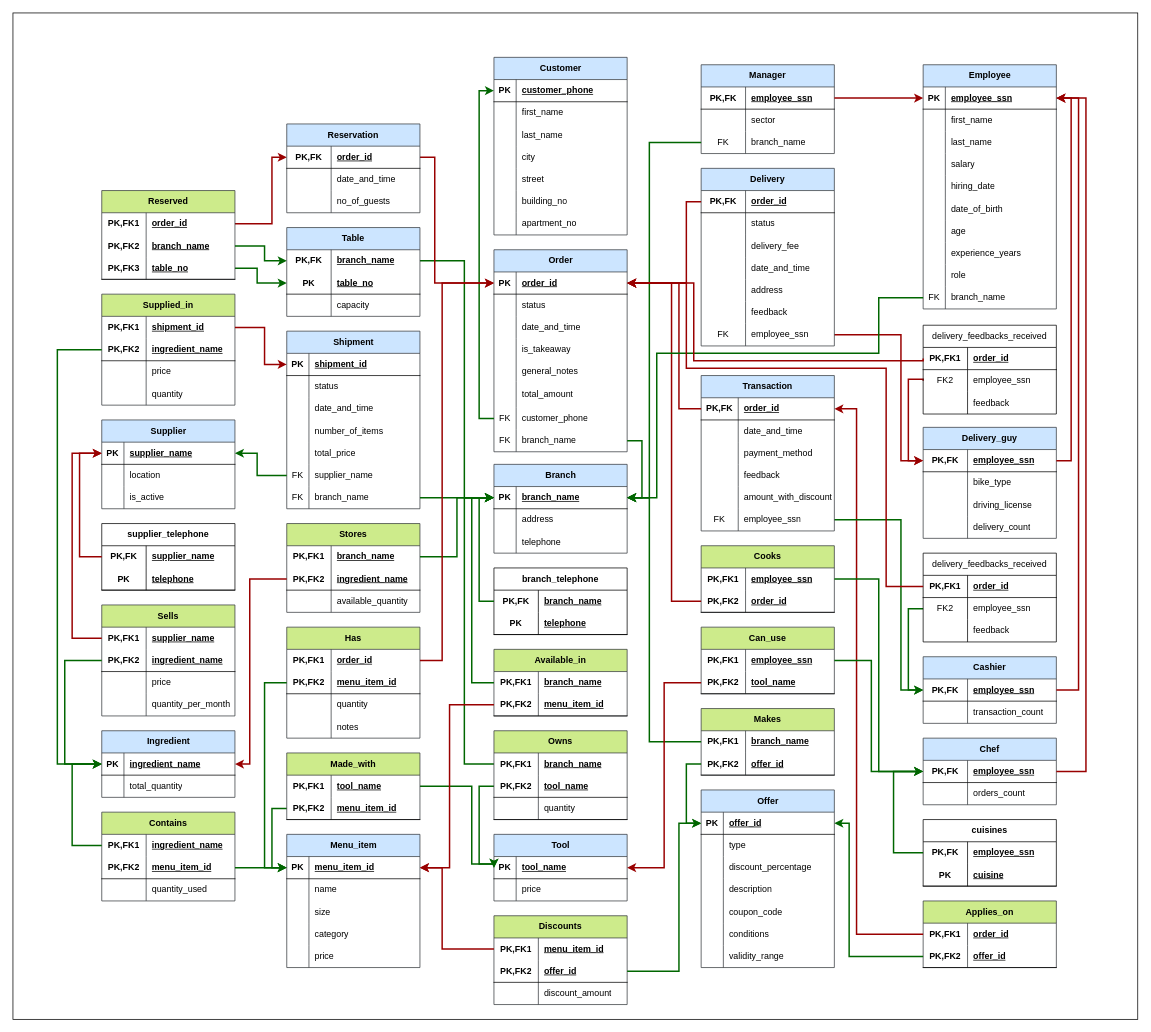
Deadreyo/Restaurant-Franchise-SQL-Database keeps this draw.io diagram as diagrams/Relational_model.drawio. Above is the earlier version. Source tidied: cells renumbered, new cells numbered last; positions are measured from the earlier drawing's top-left corner, leaving out a move shared by most shapes. Both pictures are drawn from the tidied source at 74%, with x=0, y=0 at pixel (13, 13).
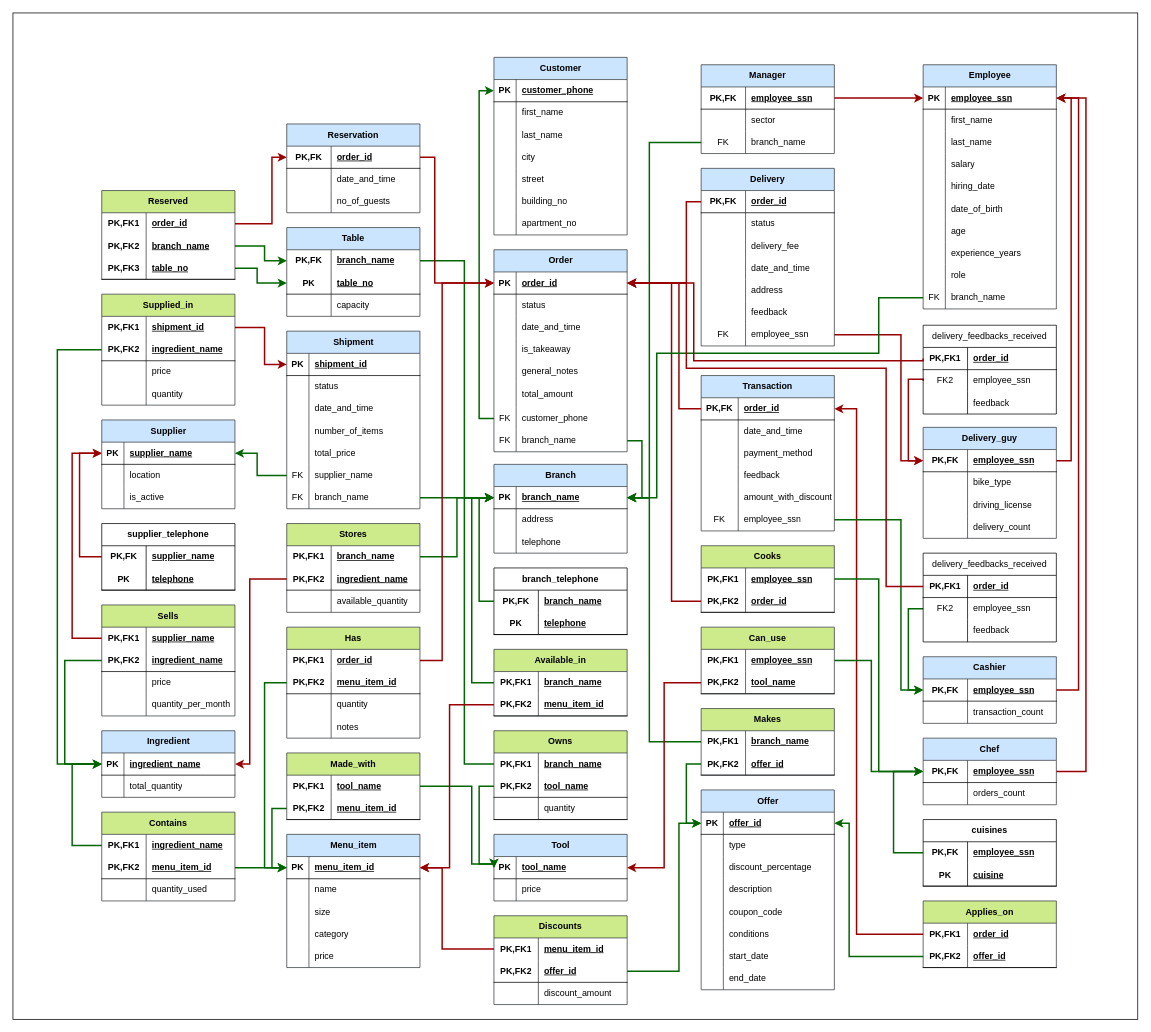
After the change.

Unchanged cells that the change refers to:
```xml
<mxCell id="230" style="shape=tableRow;horizontal=0;startSize=0;swimlaneHead=0;swimlaneBody=0;fillColor=none;top=0;left=0;right=0;bottom=0;" parent="211" vertex="1">
  <mxGeometry y="210" width="180" height="30" as="geometry" />
</mxCell>
```

The edit, as a diff of the source:
```diff
@@
     <mxCell id="211" value="&lt;span style=&quot;text-wrap: wrap;&quot;&gt;Offer&lt;/span&gt;" style="shape=table;startSize=30;childLayout=tableLayout;rowLines=0;fontStyle=1;align=center;html=1;fillColor=#cce5ff;strokeColor=#36393d;" parent="1" vertex="1">
-      <mxGeometry x="930" y="1050" width="180" height="240" as="geometry" />
+      <mxGeometry x="930" y="1050" width="180" height="270" as="geometry" />
     </mxCell>
@@
-    <mxCell id="232" value="&lt;span style=&quot;text-align: center;&quot;&gt;validity_range&lt;/span&gt;" style="shape=partialRectangle;fillColor=none;top=0;left=0;bottom=0;right=0;align=left;spacingLeft=6;overflow=hidden;whiteSpace=wrap;html=1;" parent="230" vertex="1">
+    <mxCell id="232" value="&lt;span style=&quot;text-align: center;&quot;&gt;start_date&lt;/span&gt;" style="shape=partialRectangle;fillColor=none;top=0;left=0;bottom=0;right=0;align=left;spacingLeft=6;overflow=hidden;whiteSpace=wrap;html=1;" parent="230" vertex="1">
       <mxGeometry x="30" width="150" height="30" as="geometry" />
     </mxCell>
+    <mxCell id="501" style="shape=tableRow;horizontal=0;startSize=0;swimlaneHead=0;swimlaneBody=0;fillColor=none;top=0;left=0;right=0;bottom=0;" parent="211" vertex="1">
+      <mxGeometry y="240" width="180" height="30" as="geometry" />
+    </mxCell>
+    <mxCell id="502" style="shape=partialRectangle;fillColor=none;top=0;left=0;bottom=0;right=0;overflow=hidden;whiteSpace=wrap;html=1;" parent="501" vertex="1">
+      <mxGeometry width="30" height="30" as="geometry" />
+    </mxCell>
+    <mxCell id="503" value="end_date" style="shape=partialRectangle;fillColor=none;top=0;left=0;bottom=0;right=0;align=left;spacingLeft=6;overflow=hidden;whiteSpace=wrap;html=1;" parent="501" vertex="1">
+      <mxGeometry x="30" width="150" height="30" as="geometry" />
+    </mxCell>
```
